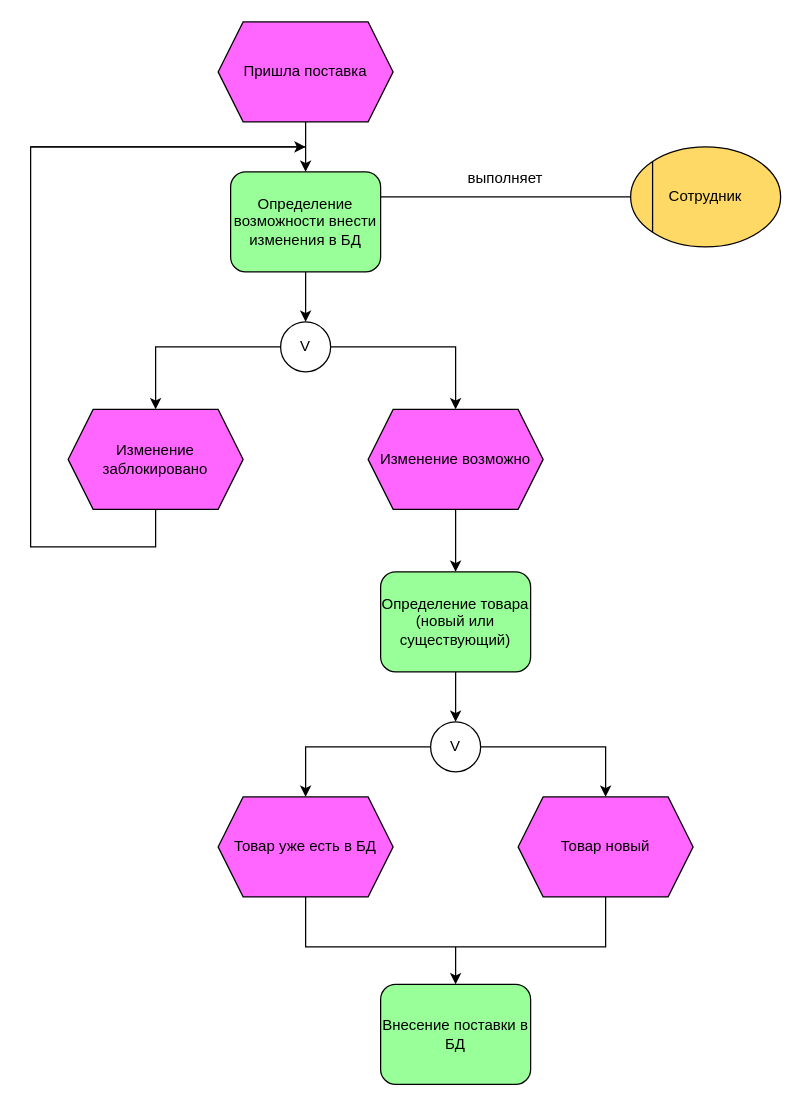
The draw.io diagram Алгоритмическая модель.drawio in marsek4/ssp, before the edit. Source tidied: cells renumbered, new cells numbered last; positions are measured from the earlier drawing's top-left corner, leaving out a move shared by most shapes. Both pictures are drawn from the tidied source at 125%, with x=0, y=0 at pixel (30, 21).
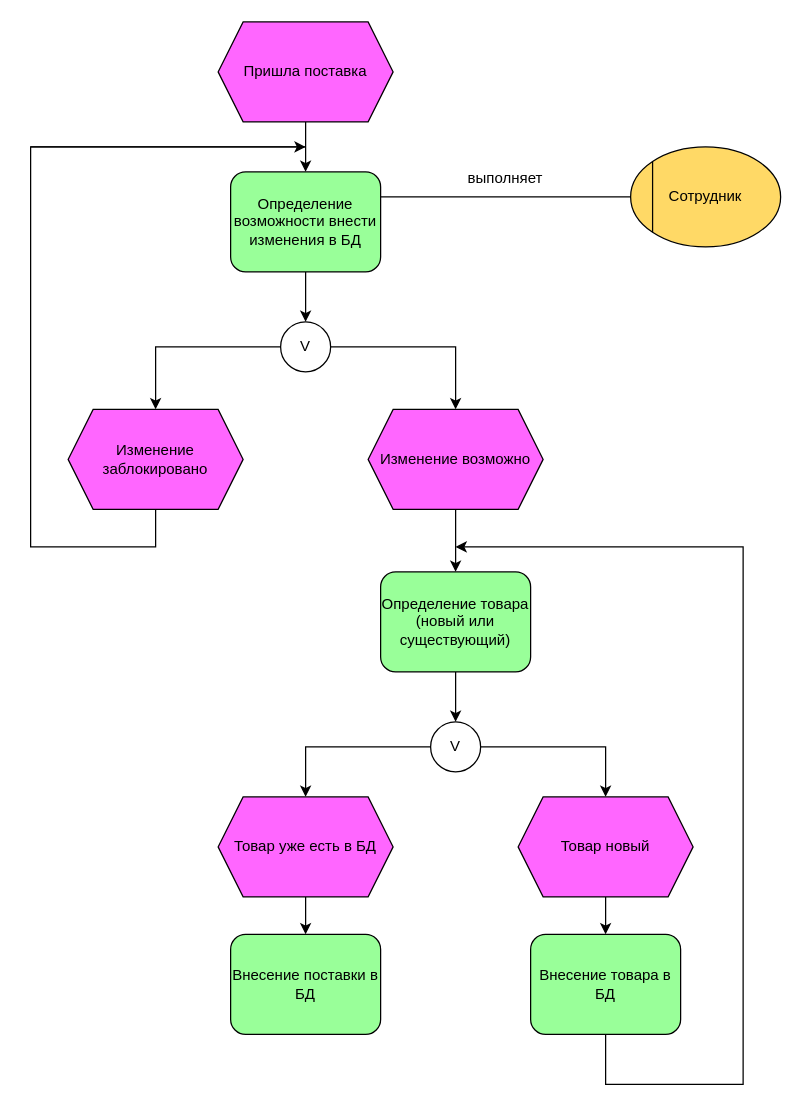
After the change.

Unchanged cells that the change refers to:
```xml
<mxCell id="12" value="Товар новый" style="shape=hexagon;perimeter=hexagonPerimeter2;whiteSpace=wrap;html=1;fixedSize=1;fillColor=#FF66FF;" parent="1" vertex="1">
  <mxGeometry x="390" y="620" width="140" height="80" as="geometry" />
</mxCell>
<mxCell id="13" value="Товар уже есть в БД" style="shape=hexagon;perimeter=hexagonPerimeter2;whiteSpace=wrap;html=1;fixedSize=1;fillColor=#FF66FF;" parent="1" vertex="1">
  <mxGeometry x="150" y="620" width="140" height="80" as="geometry" />
</mxCell>
```

Change to the diagram source:
```diff
@@
-    <mxCell id="14" style="endArrow=none;html=1;rounded=0;entryX=0.5;entryY=1;entryDx=0;entryDy=0;exitX=0.5;exitY=1;exitDx=0;exitDy=0;" parent="1" edge="1" source="13" target="12">
-      <mxGeometry relative="1" as="geometry">
-        <Array as="points">
-          <mxPoint x="220" y="740" />
-          <mxPoint x="460" y="740" />
-        </Array>
-      </mxGeometry>
-    </mxCell>
-    <mxCell id="15" value="Внесение поставки в БД" style="rounded=1;whiteSpace=wrap;html=1;fillColor=#99FF99;" parent="1" vertex="1">
-      <mxGeometry x="280" y="770" width="120" height="80" as="geometry" />
+    <mxCell id="15" value="Внесение товара в БД" style="rounded=1;whiteSpace=wrap;html=1;fillColor=#99FF99;" parent="1" vertex="1">
+      <mxGeometry x="400" y="730" width="120" height="80" as="geometry" />
     </mxCell>
@@
-    <mxCell id="29" style="endArrow=classic;html=1;rounded=0;entryX=0.5;entryY=0;entryDx=0;entryDy=0;" parent="1" edge="1" target="15">
-      <mxGeometry relative="1" as="geometry">
-        <mxPoint x="340" y="740" as="sourcePoint" />
-      </mxGeometry>
+    <mxCell id="29" style="endArrow=classic;html=1;rounded=0;entryX=0.5;entryY=0;entryDx=0;entryDy=0;exitX=0.5;exitY=1;exitDx=0;exitDy=0;" parent="1" edge="1" source="12" target="15">
+      <mxGeometry relative="1" as="geometry" />
     </mxCell>
+    <mxCell id="30" value="Внесение поставки в БД" style="rounded=1;whiteSpace=wrap;html=1;fillColor=#99FF99;" parent="1" vertex="1">
+      <mxGeometry x="160" y="730" width="120" height="80" as="geometry" />
+    </mxCell>
+    <mxCell id="31" style="endArrow=classic;html=1;rounded=0;entryX=0.5;entryY=0;entryDx=0;entryDy=0;exitX=0.5;exitY=1;exitDx=0;exitDy=0;" parent="1" edge="1" source="13" target="30">
+      <mxGeometry relative="1" as="geometry" />
+    </mxCell>
+    <mxCell id="32" style="endArrow=classic;html=1;rounded=0;exitX=0.5;exitY=1;exitDx=0;exitDy=0;" parent="1" edge="1" source="15">
+      <mxGeometry relative="1" as="geometry">
+        <mxPoint x="340" y="420" as="targetPoint" />
+        <Array as="points">
+          <mxPoint x="460" y="850" />
+          <mxPoint x="570" y="850" />
+          <mxPoint x="570" y="420" />
+        </Array>
+      </mxGeometry>
+    </mxCell>
```
